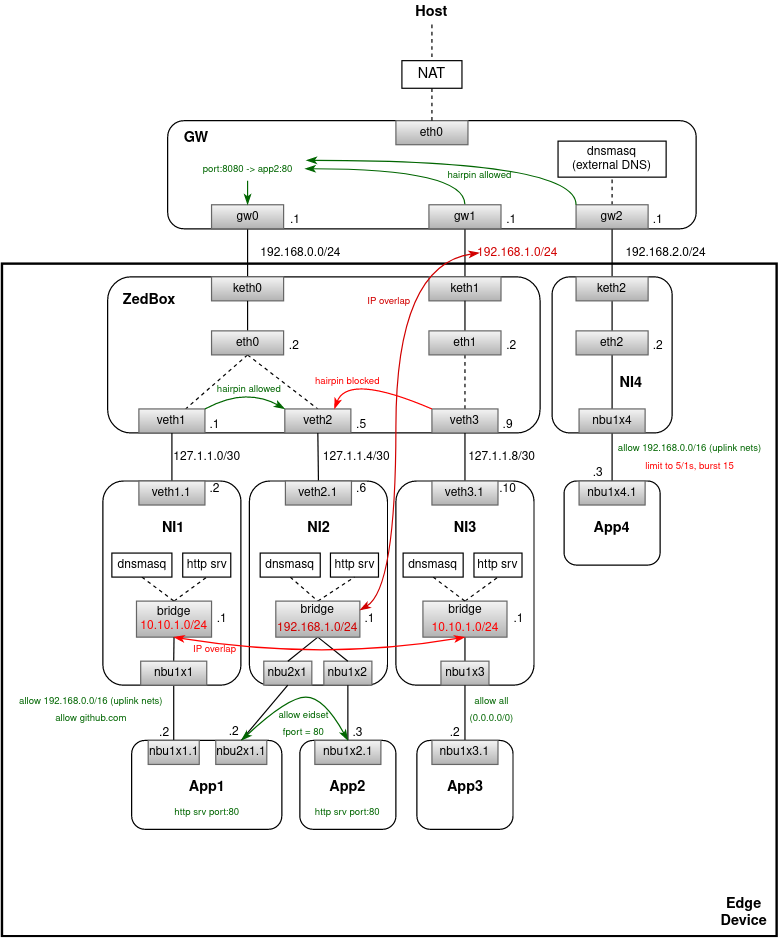
The draw.io diagram diagrams/evenet-multi-ns.png in milan-zededa/evenet, before a commit. Source tidied: cells renumbered, new cells last; positions are measured from the earlier drawing's top-left corner, leaving out a move shared by most shapes.
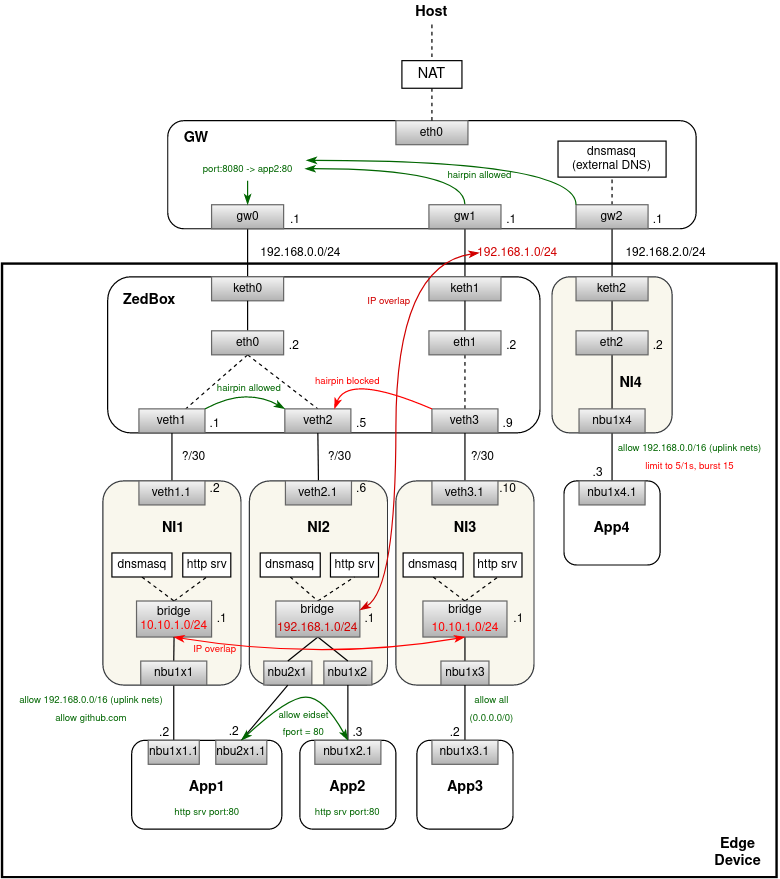
After the change.

Diff of the diagram source:
```diff
@@ -3,9 +3,9 @@
     <mxCell id="0" />
     <mxCell id="1" parent="0" />
     <mxCell id="2" style="rounded=0;whiteSpace=wrap;html=1;strokeWidth=2;" parent="1" vertex="1">
-      <mxGeometry y="219" width="645" height="560" as="geometry" />
+      <mxGeometry y="219" width="645" height="511" as="geometry" />
     </mxCell>
-    <mxCell id="3" style="rounded=1;whiteSpace=wrap;html=1;" parent="1" vertex="1">
+    <mxCell id="3" style="rounded=1;whiteSpace=wrap;html=1;fillColor=#f9f7ed;strokeColor=#36393d;" parent="1" vertex="1">
       <mxGeometry x="458" y="230" width="100" height="130" as="geometry" />
     </mxCell>
     <mxCell id="4" style="rounded=1;whiteSpace=wrap;html=1;" parent="1" vertex="1">
@@ -119,7 +119,7 @@
     <mxCell id="40" style="edgeStyle=orthogonalEdgeStyle;rounded=0;jettySize=auto;html=1;exitX=0.5;exitY=1;exitDx=0;exitDy=0;entryX=0.5;entryY=0;entryDx=0;entryDy=0;dashed=1;endArrow=none;endFill=0;" parent="1" edge="1" source="26" target="39">
       <mxGeometry relative="1" as="geometry" />
     </mxCell>
-    <mxCell id="41" style="rounded=1;whiteSpace=wrap;html=1;" parent="1" vertex="1">
+    <mxCell id="41" style="rounded=1;whiteSpace=wrap;html=1;fillColor=#f9f7ed;strokeColor=#36393d;" parent="1" vertex="1">
       <mxGeometry x="328" y="400" width="115" height="170" as="geometry" />
     </mxCell>
     <mxCell id="42" style="rounded=1;whiteSpace=wrap;html=1;" parent="1" vertex="1">
@@ -137,10 +137,10 @@
     <mxCell id="46" value="&lt;font style=&quot;font-size: 10px&quot;&gt;veth3&lt;/font&gt;&lt;font style=&quot;font-size: 10px&quot;&gt;.1&lt;/font&gt;" style="rounded=0;whiteSpace=wrap;html=1;fillColor=#f5f5f5;strokeColor=#666666;gradientColor=#b3b3b3;" parent="1" vertex="1">
       <mxGeometry x="358" y="400" width="55" height="20" as="geometry" />
     </mxCell>
-    <mxCell id="47" style="rounded=1;whiteSpace=wrap;html=1;" parent="1" vertex="1">
+    <mxCell id="47" style="rounded=1;whiteSpace=wrap;html=1;fillColor=#f9f7ed;strokeColor=#36393d;" parent="1" vertex="1">
       <mxGeometry x="206" y="400" width="115" height="170" as="geometry" />
     </mxCell>
-    <mxCell id="48" style="rounded=1;whiteSpace=wrap;html=1;" parent="1" vertex="1">
+    <mxCell id="48" style="rounded=1;whiteSpace=wrap;html=1;fillColor=#f9f7ed;strokeColor=#36393d;" parent="1" vertex="1">
       <mxGeometry x="84" y="400" width="115" height="170" as="geometry" />
     </mxCell>
     <mxCell id="49" style="edgeStyle=none;rounded=0;jettySize=auto;html=1;exitX=0.5;exitY=0;exitDx=0;exitDy=0;entryX=0.5;entryY=1;entryDx=0;entryDy=0;endArrow=none;endFill=0;" parent="1" edge="1" source="50" target="35">
@@ -428,14 +428,14 @@
     <mxCell id="135" value="&lt;font style=&quot;font-size: 10px&quot;&gt;.10&lt;/font&gt;" style="text;html=1;strokeColor=none;fillColor=none;align=center;verticalAlign=middle;whiteSpace=wrap;rounded=0;" parent="1" vertex="1">
       <mxGeometry x="413" y="400" width="17" height="14" as="geometry" />
     </mxCell>
-    <mxCell id="136" value="&lt;font style=&quot;font-size: 10px&quot;&gt;127.1.1.0/30&lt;/font&gt;" style="text;html=1;strokeColor=none;fillColor=none;align=center;verticalAlign=middle;whiteSpace=wrap;rounded=0;" parent="1" vertex="1">
-      <mxGeometry x="130.8" y="370" width="79.5" height="20" as="geometry" />
+    <mxCell id="136" value="&lt;font style=&quot;font-size: 10px&quot;&gt;?/30&lt;/font&gt;" style="text;html=1;strokeColor=none;fillColor=none;align=center;verticalAlign=middle;whiteSpace=wrap;rounded=0;" parent="1" vertex="1">
+      <mxGeometry x="140.5" y="370" width="37.5" height="20" as="geometry" />
     </mxCell>
-    <mxCell id="137" value="&lt;font style=&quot;font-size: 10px&quot;&gt;127.1.1.4/30&lt;/font&gt;" style="text;html=1;strokeColor=none;fillColor=none;align=center;verticalAlign=middle;whiteSpace=wrap;rounded=0;" parent="1" vertex="1">
-      <mxGeometry x="261.5" y="370" width="66.5" height="20" as="geometry" />
+    <mxCell id="137" value="&lt;font style=&quot;font-size: 10px&quot;&gt;?&lt;font style=&quot;font-size: 10px&quot;&gt;/30&lt;/font&gt;&lt;/font&gt;" style="text;html=1;strokeColor=none;fillColor=none;align=center;verticalAlign=middle;whiteSpace=wrap;rounded=0;" parent="1" vertex="1">
+      <mxGeometry x="265" y="370" width="33" height="20" as="geometry" />
     </mxCell>
-    <mxCell id="138" value="&lt;font style=&quot;font-size: 10px&quot;&gt;127.1.1.8/30&lt;/font&gt;" style="text;html=1;strokeColor=none;fillColor=none;align=center;verticalAlign=middle;whiteSpace=wrap;rounded=0;" parent="1" vertex="1">
-      <mxGeometry x="383" y="370" width="66.5" height="20" as="geometry" />
+    <mxCell id="138" value="&lt;font style=&quot;font-size: 10px&quot;&gt;?&lt;font style=&quot;font-size: 10px&quot;&gt;/30&lt;/font&gt;&lt;/font&gt;" style="text;html=1;strokeColor=none;fillColor=none;align=center;verticalAlign=middle;whiteSpace=wrap;rounded=0;" parent="1" vertex="1">
+      <mxGeometry x="383" y="370" width="35" height="20" as="geometry" />
     </mxCell>
     <mxCell id="139" style="edgeStyle=orthogonalEdgeStyle;rounded=0;jettySize=auto;html=1;exitX=0;exitY=0;exitDx=0;exitDy=0;entryX=1.011;entryY=0.15;entryDx=0;entryDy=0;startArrow=none;startFill=0;endArrow=classicThin;endFill=1;strokeColor=#006600;curved=1;entryPerimeter=0;" parent="1" edge="1" source="12" target="113">
       <mxGeometry relative="1" as="geometry">
@@ -445,7 +445,7 @@
       </mxGeometry>
     </mxCell>
     <mxCell id="140" value="&lt;b&gt;Edge Device&lt;/b&gt;" style="text;html=1;strokeColor=none;fillColor=none;align=center;verticalAlign=middle;whiteSpace=wrap;rounded=0;" parent="1" vertex="1">
-      <mxGeometry x="598" y="750" width="40" height="20" as="geometry" />
+      <mxGeometry x="592.5" y="700" width="40" height="20" as="geometry" />
     </mxCell>
   </root>
 </mxGraphModel>
```
